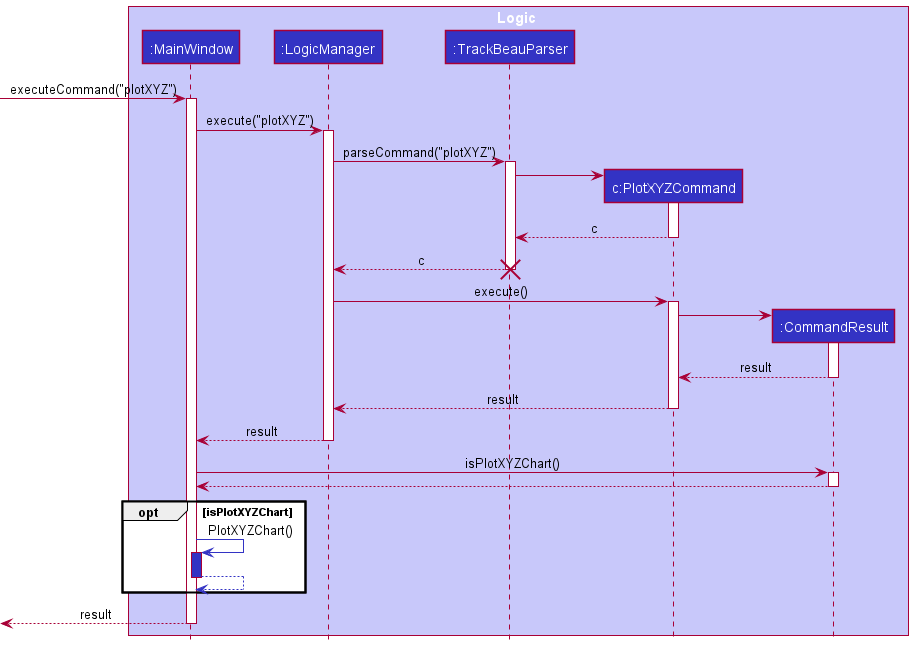
Above: docs/images/ChartSequenceDiagram.png in nus-cs2103-AY2122S2/tp (PlantUML), before the change.
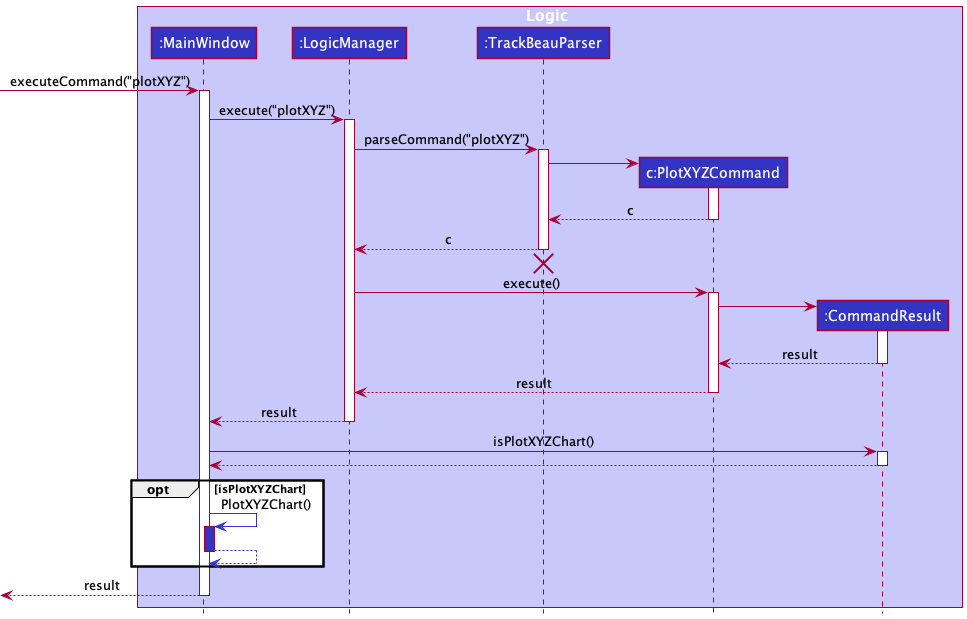
Later version of the same file.

Change to the diagram source:
```diff
@@ -26,6 +26,8 @@
 deactivate PlotXYZCommand
 
 TrackBeauParser --> LogicManager : c
+deactivate TrackBeauParser
+TrackBeauParser -[hidden]-> LogicManager
 destroy TrackBeauParser
 
 LogicManager -> PlotXYZCommand : execute()
```
